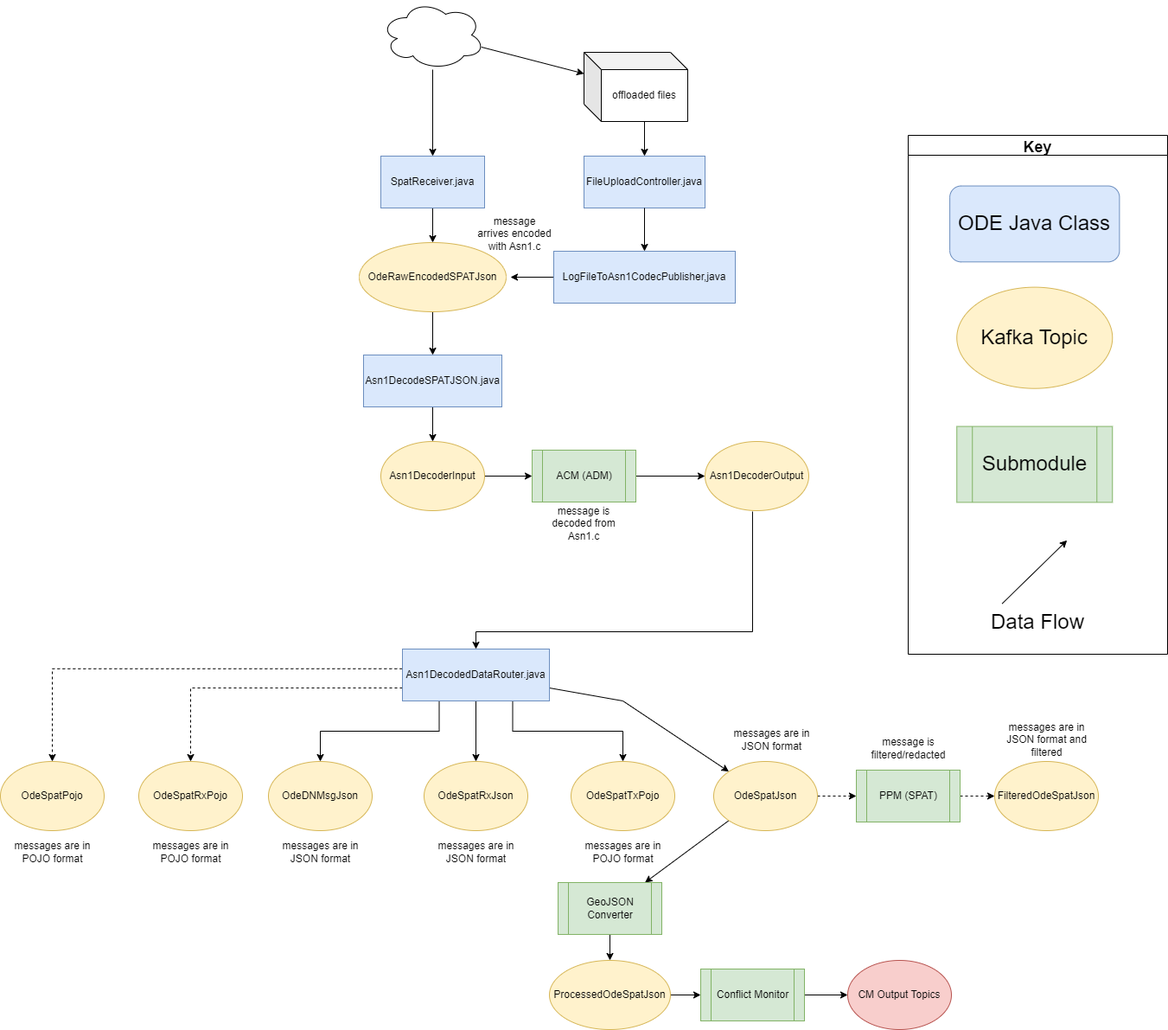
This is docs/data-flow-diagrams/spat/SPAT Data Flow.drawio.png from CDOT-CV/jpo-ode, a draw.io export, as it was before one commit. Source tidied: cells renumbered, new cells last; positions are measured from the earlier drawing's top-left corner, leaving out a move shared by most shapes.
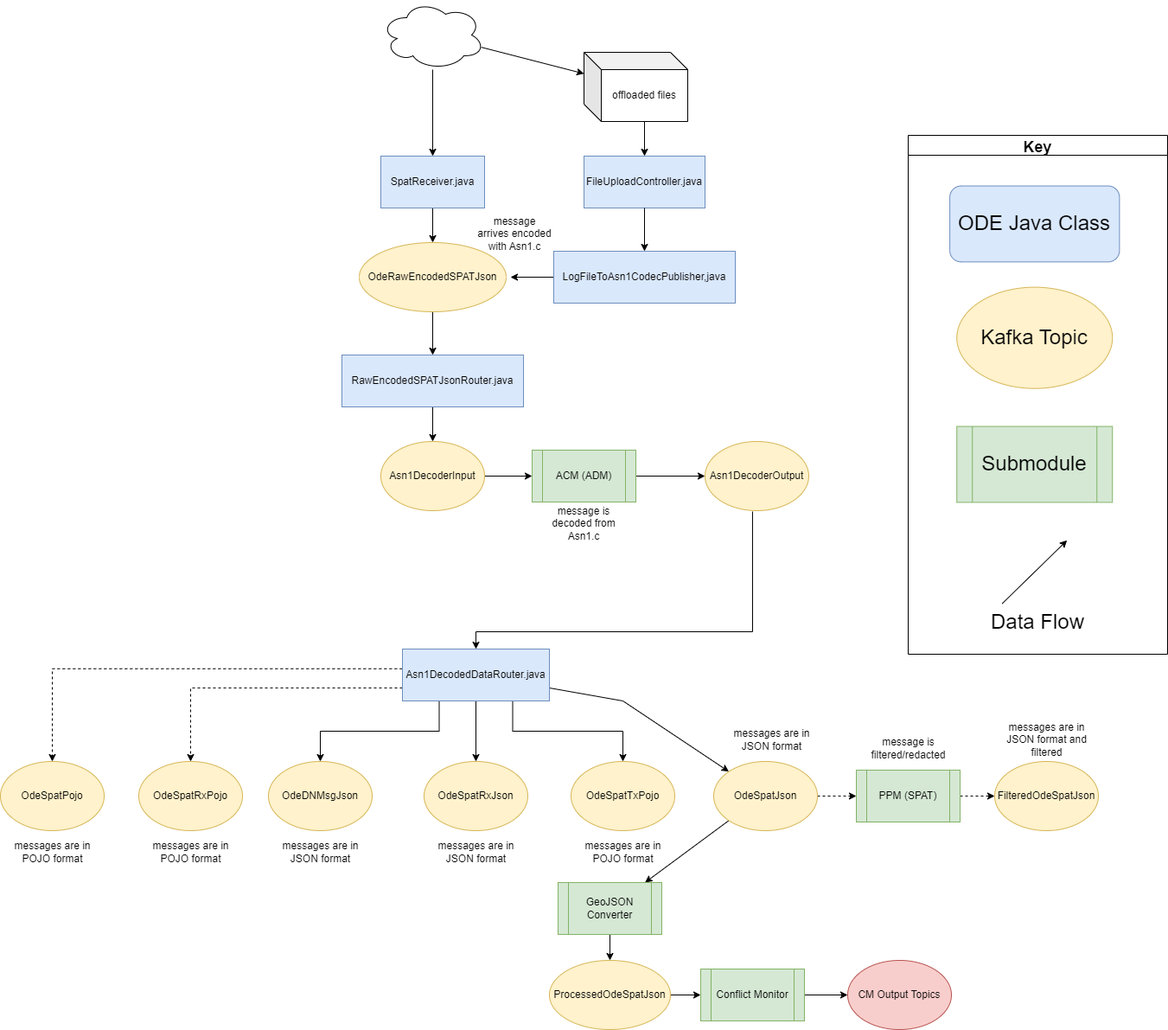
The same diagram one commit later.

Commit message:
docs: correct class name in SPAT Data flow diagram

The edit, as a diff of the source:
```diff
@@ -57,8 +57,8 @@
     <mxCell id="18" style="edgeStyle=orthogonalEdgeStyle;rounded=0;jettySize=auto;html=1;entryX=0.5;entryY=0;entryDx=0;entryDy=0;" parent="1" edge="1" source="19" target="12">
       <mxGeometry relative="1" as="geometry" />
     </mxCell>
-    <mxCell id="19" value="Asn1DecodeSPATJSON.java" style="rounded=0;whiteSpace=wrap;html=1;fillColor=#dae8fc;strokeColor=#6c8ebf;" parent="1" vertex="1">
-      <mxGeometry x="420" y="410" width="160" height="60" as="geometry" />
+    <mxCell id="19" value="RawEncodedSPATJsonRouter.java" style="rounded=0;whiteSpace=wrap;html=1;fillColor=#dae8fc;strokeColor=#6c8ebf;" parent="1" vertex="1">
+      <mxGeometry x="395" y="410" width="210" height="60" as="geometry" />
     </mxCell>
     <mxCell id="20" style="edgeStyle=orthogonalEdgeStyle;rounded=0;jettySize=auto;html=1;entryX=0.5;entryY=0;entryDx=0;entryDy=0;exitX=0.458;exitY=1.013;exitDx=0;exitDy=0;exitPerimeter=0;" parent="1" edge="1" source="13" target="8">
       <mxGeometry relative="1" as="geometry">
```
